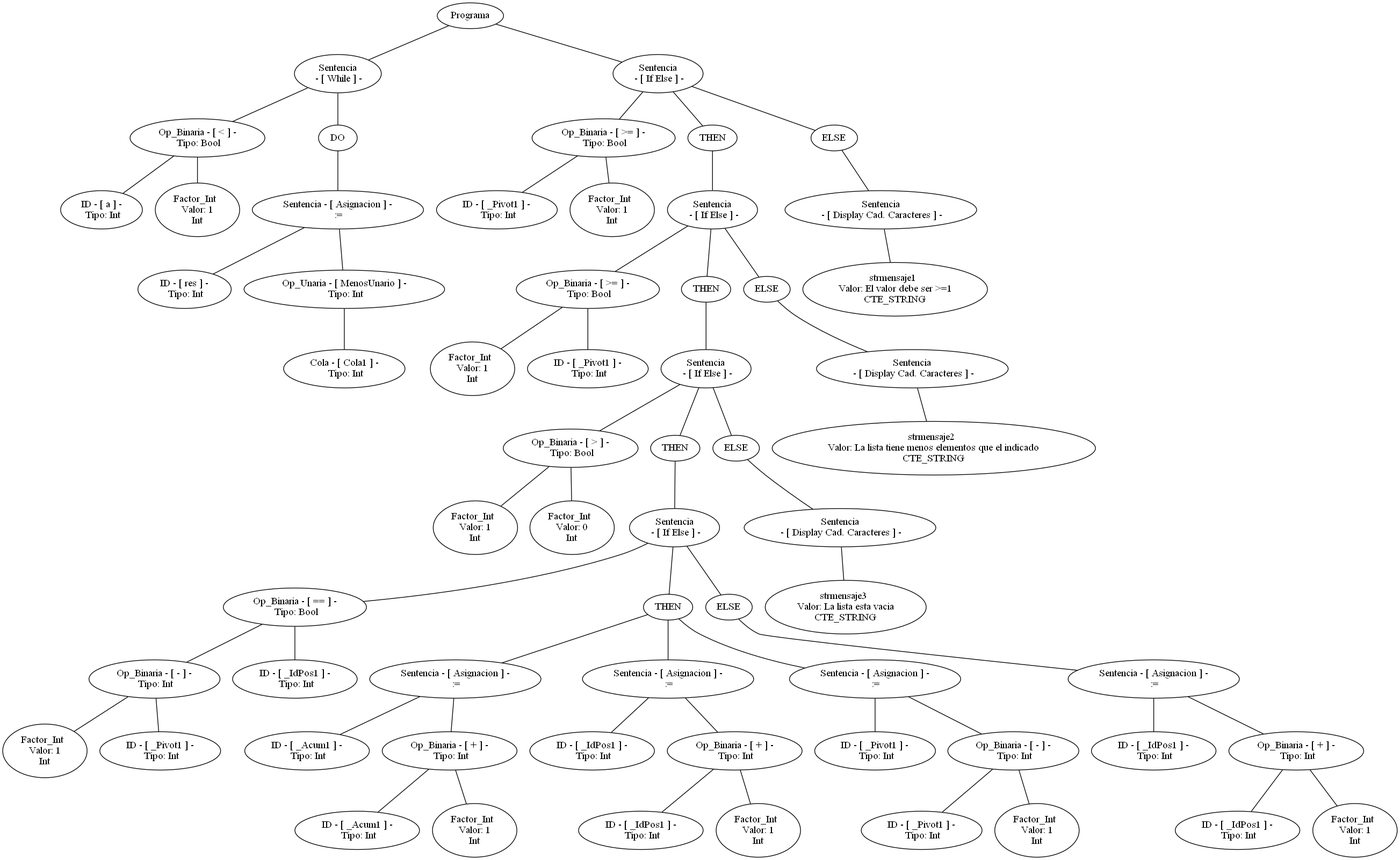
Before: arbol.png, a diagram exported from Graphviz (SantiPerez17/Compiladores). Its source is kept beside it as arbol.dot. Source of this version:
```dot
graph G {nodo_programa[label="Programa"]
nodo_1109371569[label="Sentencia
 - [ While ] -"]
nodo_programa--nodo_1109371569
nodo_2108649164[label=" Op_Binaria - [ < ] -
 Tipo: Bool"]
nodo_1109371569--nodo_2108649164
nodo_1066516207[label=" ID - [ a ] -
 Tipo: Int"]
nodo_2108649164--nodo_1066516207
nodo_396180261[label="Factor_Int
 Valor: 1
Int"]
nodo_2108649164--nodo_396180261
nodo_11093715691[label="DO"]
nodo_1109371569--nodo_11093715691
nodo_670700378[label="Sentencia - [ Asignacion ] -
 :="]
nodo_11093715691--nodo_670700378
nodo_128893786[label=" ID - [ res ] -
 Tipo: Int"]
nodo_670700378--nodo_128893786
nodo_109961541[label=" Op_Unaria - [ MenosUnario ] -
 Tipo: Int"]
nodo_670700378--nodo_109961541
nodo_7876047301[label=" Cola - [ Cola1 ] -
 Tipo: Int"]
nodo_109961541--nodo_7876047301
nodo_1732398722[label="Sentencia
 - [ If Else ] -"]
nodo_programa--nodo_1732398722
nodo_1108411398[label=" Op_Binaria - [ >= ] -
 Tipo: Bool"]
nodo_1732398722--nodo_1108411398
nodo_1394438858[label=" ID - [ _Pivot1 ] -
 Tipo: Int"]
nodo_1108411398--nodo_1394438858
nodo_584634336[label="Factor_Int
 Valor: 1
Int"]
nodo_1108411398--nodo_584634336
nodo_17323987221[label="THEN"]
nodo_1732398722--nodo_17323987221
nodo_1469821799[label="Sentencia
 - [ If Else ] -"]
nodo_17323987221--nodo_1469821799
nodo_501263526[label=" Op_Binaria - [ >= ] -
 Tipo: Bool"]
nodo_1469821799--nodo_501263526
nodo_626202354[label="Factor_Int
 Valor: 1
Int"]
nodo_501263526--nodo_626202354
nodo_1099983479[label=" ID - [ _Pivot1 ] -
 Tipo: Int"]
nodo_501263526--nodo_1099983479
nodo_14698217991[label="THEN"]
nodo_1469821799--nodo_14698217991
nodo_1268447657[label="Sentencia
 - [ If Else ] -"]
nodo_14698217991--nodo_1268447657
nodo_1401420256[label=" Op_Binaria - [ > ] -
 Tipo: Bool"]
nodo_1268447657--nodo_1401420256
nodo_1851691492[label="Factor_Int
 Valor: 1
Int"]
nodo_1401420256--nodo_1851691492
nodo_752848266[label="Factor_Int
 Valor: 0
Int"]
nodo_1401420256--nodo_752848266
nodo_12684476571[label="THEN"]
nodo_1268447657--nodo_12684476571
nodo_815033865[label="Sentencia
 - [ If Else ] -"]
nodo_12684476571--nodo_815033865
nodo_1555093762[label=" Op_Binaria - [ == ] -
 Tipo: Bool"]
nodo_815033865--nodo_1555093762
nodo_1190900417[label=" Op_Binaria - [ - ] -
 Tipo: Int"]
nodo_1555093762--nodo_1190900417
nodo_379110473[label="Factor_Int
 Valor: 1
Int"]
nodo_1190900417--nodo_379110473
nodo_99550389[label=" ID - [ _Pivot1 ] -
 Tipo: Int"]
nodo_1190900417--nodo_99550389
nodo_1598924227[label=" ID - [ _IdPos1 ] -
 Tipo: Int"]
nodo_1555093762--nodo_1598924227
nodo_8150338651[label="THEN"]
nodo_815033865--nodo_8150338651
nodo_1144748369[label="Sentencia - [ Asignacion ] -
 :="]
nodo_8150338651--nodo_1144748369
nodo_340870931[label=" ID - [ _Acum1 ] -
 Tipo: Int"]
nodo_1144748369--nodo_340870931
nodo_1768305536[label=" Op_Binaria - [ + ] -
 Tipo: Int"]
nodo_1144748369--nodo_1768305536
nodo_1530388690[label=" ID - [ _Acum1 ] -
 Tipo: Int"]
nodo_1768305536--nodo_1530388690
nodo_777874839[label="Factor_Int
 Valor: 1
Int"]
nodo_1768305536--nodo_777874839
nodo_1146743572[label="Sentencia - [ Asignacion ] -
 :="]
nodo_8150338651--nodo_1146743572
nodo_1512981843[label=" ID - [ _IdPos1 ] -
 Tipo: Int"]
nodo_1146743572--nodo_1512981843
nodo_42768293[label=" Op_Binaria - [ + ] -
 Tipo: Int"]
nodo_1146743572--nodo_42768293
nodo_1717159510[label=" ID - [ _IdPos1 ] -
 Tipo: Int"]
nodo_42768293--nodo_1717159510
nodo_1834188994[label="Factor_Int
 Valor: 1
Int"]
nodo_42768293--nodo_1834188994
nodo_1174361318[label="Sentencia - [ Asignacion ] -
 :="]
nodo_8150338651--nodo_1174361318
nodo_589873731[label=" ID - [ _Pivot1 ] -
 Tipo: Int"]
nodo_1174361318--nodo_589873731
nodo_200006406[label=" Op_Binaria - [ - ] -
 Tipo: Int"]
nodo_1174361318--nodo_200006406
nodo_2052001577[label=" ID - [ _Pivot1 ] -
 Tipo: Int"]
nodo_200006406--nodo_2052001577
nodo_1160264930[label="Factor_Int
 Valor: 1
Int"]
nodo_200006406--nodo_1160264930
nodo_8150338652[label="ELSE"]
nodo_815033865--nodo_8150338652
nodo_544724190[label="Sentencia - [ Asignacion ] -
 :="]
nodo_8150338652--nodo_544724190
nodo_1972439101[label=" ID - [ _IdPos1 ] -
 Tipo: Int"]
nodo_544724190--nodo_1972439101
nodo_2007328737[label=" Op_Binaria - [ + ] -
 Tipo: Int"]
nodo_544724190--nodo_2007328737
nodo_1936628443[label=" ID - [ _IdPos1 ] -
 Tipo: Int"]
nodo_2007328737--nodo_1936628443
nodo_1830908236[label="Factor_Int
 Valor: 1
Int"]
nodo_2007328737--nodo_1830908236
nodo_12684476572[label="ELSE"]
nodo_1268447657--nodo_12684476572
nodo_277630005[label="Sentencia
 - [ Display Cad. Caracteres ] -"]
nodo_12684476572--nodo_277630005
nodo_1288354730[label="strmensaje3
 Valor: La lista esta vacia
CTE_STRING"]
nodo_277630005--nodo_1288354730
nodo_14698217992[label="ELSE"]
nodo_1469821799--nodo_14698217992
nodo_1274370218[label="Sentencia
 - [ Display Cad. Caracteres ] -"]
nodo_14698217992--nodo_1274370218
nodo_758705033[label="strmensaje2
 Valor: La lista tiene menos elementos que el indicado
CTE_STRING"]
nodo_1274370218--nodo_758705033
nodo_17323987222[label="ELSE"]
nodo_1732398722--nodo_17323987222
nodo_1604839423[label="Sentencia
 - [ Display Cad. Caracteres ] -"]
nodo_17323987222--nodo_1604839423
nodo_1177096266[label="strmensaje1
 Valor: El valor debe ser >=1
CTE_STRING"]
nodo_1604839423--nodo_1177096266
}
```
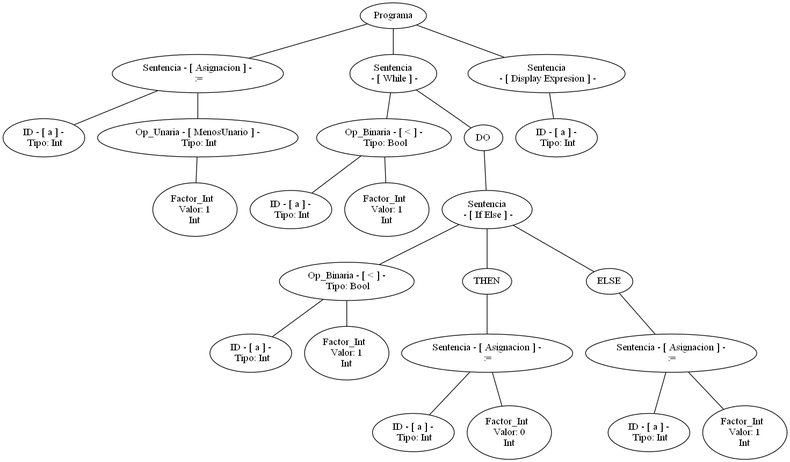
Above is the later version.

The edit, as a diff of the source:
```diff
@@ -1,189 +1,73 @@
 graph G {nodo_programa[label="Programa"]
-nodo_1109371569[label="Sentencia
- - [ While ] -"]
-nodo_programa--nodo_1109371569
-nodo_2108649164[label=" Op_Binaria - [ < ] -
- Tipo: Bool"]
-nodo_1109371569--nodo_2108649164
-nodo_1066516207[label=" ID - [ a ] -
+nodo_2036763419[label="Sentencia - [ Asignacion ] -
+ :="]
+nodo_programa--nodo_2036763419
+nodo_1286824973[label=" ID - [ a ] -
  Tipo: Int"]
-nodo_2108649164--nodo_1066516207
-nodo_396180261[label="Factor_Int
+nodo_2036763419--nodo_1286824973
+nodo_1685584631[label=" Op_Unaria - [ MenosUnario ] -
+ Tipo: Int"]
+nodo_2036763419--nodo_1685584631
+nodo_1557969024[label="Factor_Int
  Valor: 1
 Int"]
-nodo_2108649164--nodo_396180261
-nodo_11093715691[label="DO"]
-nodo_1109371569--nodo_11093715691
-nodo_670700378[label="Sentencia - [ Asignacion ] -
- :="]
-nodo_11093715691--nodo_670700378
-nodo_128893786[label=" ID - [ res ] -
+nodo_1685584631--nodo_1557969024
+nodo_933043839[label="Sentencia
+ - [ While ] -"]
+nodo_programa--nodo_933043839
+nodo_1824804253[label=" Op_Binaria - [ < ] -
+ Tipo: Bool"]
+nodo_933043839--nodo_1824804253
+nodo_376258088[label=" ID - [ a ] -
  Tipo: Int"]
-nodo_670700378--nodo_128893786
-nodo_109961541[label=" Op_Unaria - [ MenosUnario ] -
- Tipo: Int"]
-nodo_670700378--nodo_109961541
-nodo_7876047301[label=" Cola - [ Cola1 ] -
- Tipo: Int"]
-nodo_109961541--nodo_7876047301
-nodo_1732398722[label="Sentencia
- - [ If Else ] -"]
-nodo_programa--nodo_1732398722
-nodo_1108411398[label=" Op_Binaria - [ >= ] -
- Tipo: Bool"]
-nodo_1732398722--nodo_1108411398
-nodo_1394438858[label=" ID - [ _Pivot1 ] -
- Tipo: Int"]
-nodo_1108411398--nodo_1394438858
-nodo_584634336[label="Factor_Int
+nodo_1824804253--nodo_376258088
+nodo_393162296[label="Factor_Int
  Valor: 1
 Int"]
-nodo_1108411398--nodo_584634336
-nodo_17323987221[label="THEN"]
-nodo_1732398722--nodo_17323987221
-nodo_1469821799[label="Sentencia
+nodo_1824804253--nodo_393162296
+nodo_9330438391[label="DO"]
+nodo_933043839--nodo_9330438391
+nodo_2084167179[label="Sentencia
  - [ If Else ] -"]
-nodo_17323987221--nodo_1469821799
-nodo_501263526[label=" Op_Binaria - [ >= ] -
+nodo_9330438391--nodo_2084167179
+nodo_1411714745[label=" Op_Binaria - [ < ] -
  Tipo: Bool"]
-nodo_1469821799--nodo_501263526
-nodo_626202354[label="Factor_Int
+nodo_2084167179--nodo_1411714745
+nodo_45392083[label=" ID - [ a ] -
+ Tipo: Int"]
+nodo_1411714745--nodo_45392083
+nodo_2059509259[label="Factor_Int
  Valor: 1
 Int"]
-nodo_501263526--nodo_626202354
-nodo_1099983479[label=" ID - [ _Pivot1 ] -
+nodo_1411714745--nodo_2059509259
+nodo_20841671791[label="THEN"]
+nodo_2084167179--nodo_20841671791
+nodo_1037471910[label="Sentencia - [ Asignacion ] -
+ :="]
+nodo_20841671791--nodo_1037471910
+nodo_1156702016[label=" ID - [ a ] -
  Tipo: Int"]
-nodo_501263526--nodo_1099983479
-nodo_14698217991[label="THEN"]
-nodo_1469821799--nodo_14698217991
-nodo_1268447657[label="Sentencia
- - [ If Else ] -"]
-nodo_14698217991--nodo_1268447657
-nodo_1401420256[label=" Op_Binaria - [ > ] -
- Tipo: Bool"]
-nodo_1268447657--nodo_1401420256
-nodo_1851691492[label="Factor_Int
+nodo_1037471910--nodo_1156702016
+nodo_440600837[label="Factor_Int
+ Valor: 0
+Int"]
+nodo_1037471910--nodo_440600837
+nodo_20841671792[label="ELSE"]
+nodo_2084167179--nodo_20841671792
+nodo_935198684[label="Sentencia - [ Asignacion ] -
+ :="]
+nodo_20841671792--nodo_935198684
+nodo_995274426[label=" ID - [ a ] -
+ Tipo: Int"]
+nodo_935198684--nodo_995274426
+nodo_1267822801[label="Factor_Int
  Valor: 1
 Int"]
-nodo_1401420256--nodo_1851691492
-nodo_752848266[label="Factor_Int
- Valor: 0
-Int"]
-nodo_1401420256--nodo_752848266
-nodo_12684476571[label="THEN"]
-nodo_1268447657--nodo_12684476571
-nodo_815033865[label="Sentencia
- - [ If Else ] -"]
-nodo_12684476571--nodo_815033865
-nodo_1555093762[label=" Op_Binaria - [ == ] -
- Tipo: Bool"]
-nodo_815033865--nodo_1555093762
-nodo_1190900417[label=" Op_Binaria - [ - ] -
+nodo_935198684--nodo_1267822801
+nodo_658112141[label="Sentencia
+ - [ Display Expresion ] -"]
+nodo_programa--nodo_658112141
+nodo_2047581549[label=" ID - [ a ] -
  Tipo: Int"]
-nodo_1555093762--nodo_1190900417
-nodo_379110473[label="Factor_Int
- Valor: 1
-Int"]
-nodo_1190900417--nodo_379110473
-nodo_99550389[label=" ID - [ _Pivot1 ] -
- Tipo: Int"]
-nodo_1190900417--nodo_99550389
-nodo_1598924227[label=" ID - [ _IdPos1 ] -
- Tipo: Int"]
-nodo_1555093762--nodo_1598924227
-nodo_8150338651[label="THEN"]
-nodo_815033865--nodo_8150338651
-nodo_1144748369[label="Sentencia - [ Asignacion ] -
- :="]
-nodo_8150338651--nodo_1144748369
-nodo_340870931[label=" ID - [ _Acum1 ] -
- Tipo: Int"]
-nodo_1144748369--nodo_340870931
-nodo_1768305536[label=" Op_Binaria - [ + ] -
- Tipo: Int"]
-nodo_1144748369--nodo_1768305536
-nodo_1530388690[label=" ID - [ _Acum1 ] -
- Tipo: Int"]
-nodo_1768305536--nodo_1530388690
-nodo_777874839[label="Factor_Int
- Valor: 1
-Int"]
-nodo_1768305536--nodo_777874839
-nodo_1146743572[label="Sentencia - [ Asignacion ] -
- :="]
-nodo_8150338651--nodo_1146743572
-nodo_1512981843[label=" ID - [ _IdPos1 ] -
- Tipo: Int"]
-nodo_1146743572--nodo_1512981843
-nodo_42768293[label=" Op_Binaria - [ + ] -
- Tipo: Int"]
-nodo_1146743572--nodo_42768293
-nodo_1717159510[label=" ID - [ _IdPos1 ] -
- Tipo: Int"]
-nodo_42768293--nodo_1717159510
-nodo_1834188994[label="Factor_Int
- Valor: 1
-Int"]
-nodo_42768293--nodo_1834188994
-nodo_1174361318[label="Sentencia - [ Asignacion ] -
- :="]
-nodo_8150338651--nodo_1174361318
-nodo_589873731[label=" ID - [ _Pivot1 ] -
- Tipo: Int"]
-nodo_1174361318--nodo_589873731
-nodo_200006406[label=" Op_Binaria - [ - ] -
- Tipo: Int"]
-nodo_1174361318--nodo_200006406
-nodo_2052001577[label=" ID - [ _Pivot1 ] -
- Tipo: Int"]
-nodo_200006406--nodo_2052001577
-nodo_1160264930[label="Factor_Int
- Valor: 1
-Int"]
-nodo_200006406--nodo_1160264930
-nodo_8150338652[label="ELSE"]
-nodo_815033865--nodo_8150338652
-nodo_544724190[label="Sentencia - [ Asignacion ] -
- :="]
-nodo_8150338652--nodo_544724190
-nodo_1972439101[label=" ID - [ _IdPos1 ] -
- Tipo: Int"]
-nodo_544724190--nodo_1972439101
-nodo_2007328737[label=" Op_Binaria - [ + ] -
- Tipo: Int"]
-nodo_544724190--nodo_2007328737
-nodo_1936628443[label=" ID - [ _IdPos1 ] -
- Tipo: Int"]
-nodo_2007328737--nodo_1936628443
-nodo_1830908236[label="Factor_Int
- Valor: 1
-Int"]
-nodo_2007328737--nodo_1830908236
-nodo_12684476572[label="ELSE"]
-nodo_1268447657--nodo_12684476572
-nodo_277630005[label="Sentencia
- - [ Display Cad. Caracteres ] -"]
-nodo_12684476572--nodo_277630005
-nodo_1288354730[label="strmensaje3
- Valor: La lista esta vacia
-CTE_STRING"]
-nodo_277630005--nodo_1288354730
-nodo_14698217992[label="ELSE"]
-nodo_1469821799--nodo_14698217992
-nodo_1274370218[label="Sentencia
- - [ Display Cad. Caracteres ] -"]
-nodo_14698217992--nodo_1274370218
-nodo_758705033[label="strmensaje2
- Valor: La lista tiene menos elementos que el indicado
-CTE_STRING"]
-nodo_1274370218--nodo_758705033
-nodo_17323987222[label="ELSE"]
-nodo_1732398722--nodo_17323987222
-nodo_1604839423[label="Sentencia
- - [ Display Cad. Caracteres ] -"]
-nodo_17323987222--nodo_1604839423
-nodo_1177096266[label="strmensaje1
- Valor: El valor debe ser >=1
-CTE_STRING"]
-nodo_1604839423--nodo_1177096266
+nodo_658112141--nodo_2047581549
 }
```
